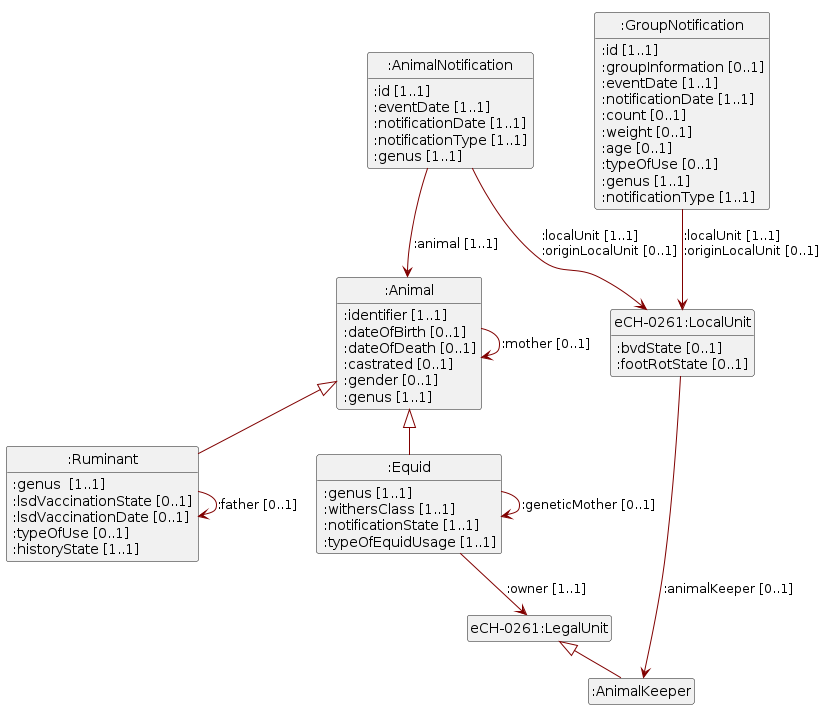
Above: assets/img/uml.png in blw-ofag-ufag/eCH-0309 (PlantUML), before the change.
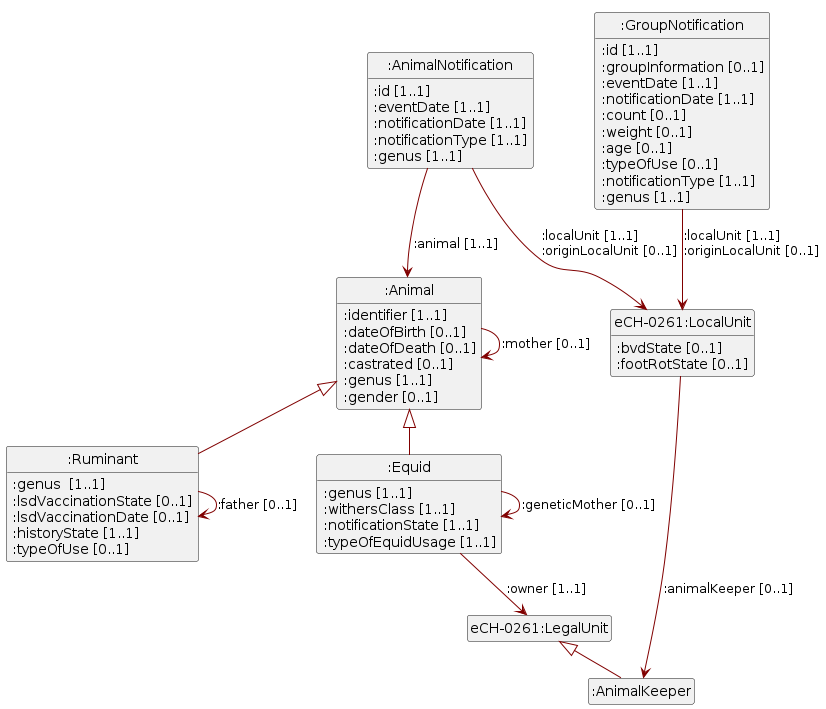
After the commit.

The edit, as a diff of the source:
```diff
@@ -17,23 +17,23 @@
 ":Ruminant" : :genus  [1..1]
 ":Ruminant" : :lsdVaccinationState [0..1]
 ":Ruminant" : :lsdVaccinationDate [0..1]
+":Ruminant" : :historyState [1..1]
 ":Ruminant" : :typeOfUse [0..1]
 ":Ruminant" --> ":Ruminant" : :father<U+00A0>[0..1]
-":Ruminant" : :historyState [1..1]
 Class ":Equid"
 ":Equid" --> "eCH-0261:LegalUnit" : :owner [1..1]
 ":Equid" : :genus [1..1]
 ":Equid" : :withersClass [1..1]
+":Equid" : :notificationState [1..1]
 ":Equid" --> ":Equid" : :geneticMother<U+00A0>[0..1]
-":Equid" : :notificationState [1..1]
 ":Equid" : :typeOfEquidUsage [1..1]
 Class "eCH-0261:LegalUnit"
 Class ":AnimalNotification"
 ":AnimalNotification" : :id [1..1]
 ":AnimalNotification" : :eventDate [1..1]
 ":AnimalNotification" : :notificationDate [1..1]
+":AnimalNotification" : :notificationType [1..1]
 ":AnimalNotification" --> ":Animal" : :animal<U+00A0>[1..1]
-":AnimalNotification" : :notificationType [1..1]
 ":AnimalNotification" : :genus [1..1]
 ":AnimalNotification" --> "eCH-0261:LocalUnit" : :localUnit<U+00A0>[1..1]  \l:originLocalUnit<U+00A0>[0..1]
 Class ":Animal"
@@ -41,9 +41,9 @@
 ":Animal" : :dateOfBirth [0..1]
 ":Animal" : :dateOfDeath [0..1]
 ":Animal" : :castrated [0..1]
+":Animal" : :genus [1..1]
 ":Animal" : :gender [0..1]
 ":Animal" --> ":Animal" : :mother<U+00A0>[0..1]
-":Animal" : :genus [1..1]
 Class ":GroupNotification"
 ":GroupNotification" : :id [1..1]
 ":GroupNotification" : :groupInformation [0..1]
@@ -54,8 +54,8 @@
 ":GroupNotification" : :age [0..1]
 ":GroupNotification" --> "eCH-0261:LocalUnit" : :localUnit<U+00A0>[1..1]  \l:originLocalUnit<U+00A0>[0..1]
 ":GroupNotification" : :typeOfUse [0..1]
+":GroupNotification" : :notificationType [1..1]
 ":GroupNotification" : :genus [1..1]
-":GroupNotification" : :notificationType [1..1]
 ":Animal" <|-- ":Equid"
 ":Animal" <|-- ":Ruminant"
 "eCH-0261:LegalUnit" <|-- ":AnimalKeeper"
```
